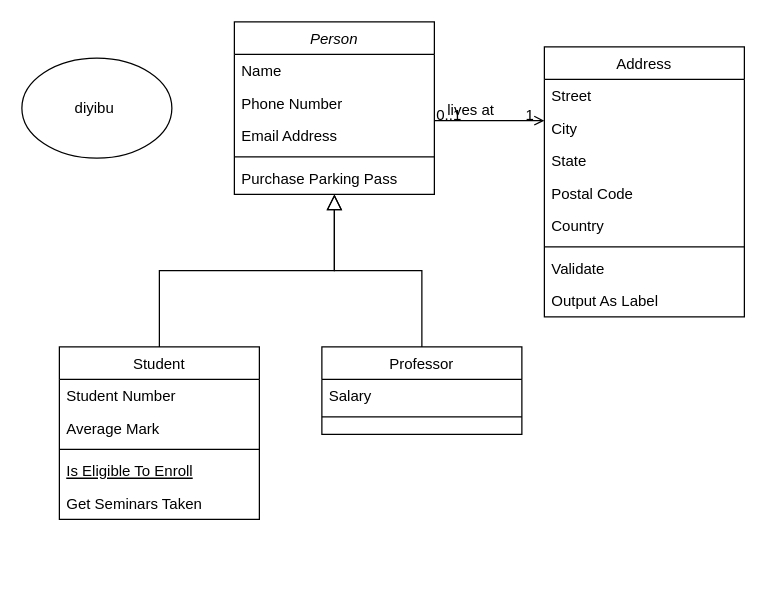
Earlier version of the draw.io diagram 未命名绘图.drawio (raydoom/drawio). Source tidied: cells renumbered, new cells numbered last; positions are measured from the earlier drawing's top-left corner, leaving out a move shared by most shapes. Both pictures are drawn from the tidied source at 125%, with x=0, y=0 at pixel (21, 21).
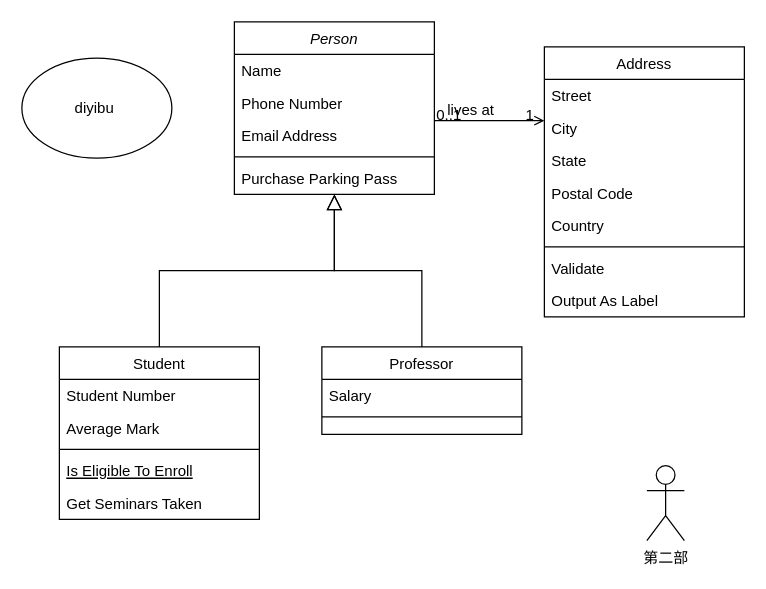
Above is the later version.

Change to the diagram source:
```diff
@@
+    <mxCell id="33" value="第二部" style="shape=umlActor;verticalLabelPosition=bottom;verticalAlign=top;html=1;" parent="1" vertex="1">
+      <mxGeometry x="500" y="355" width="30" height="60" as="geometry" />
+    </mxCell>
```
